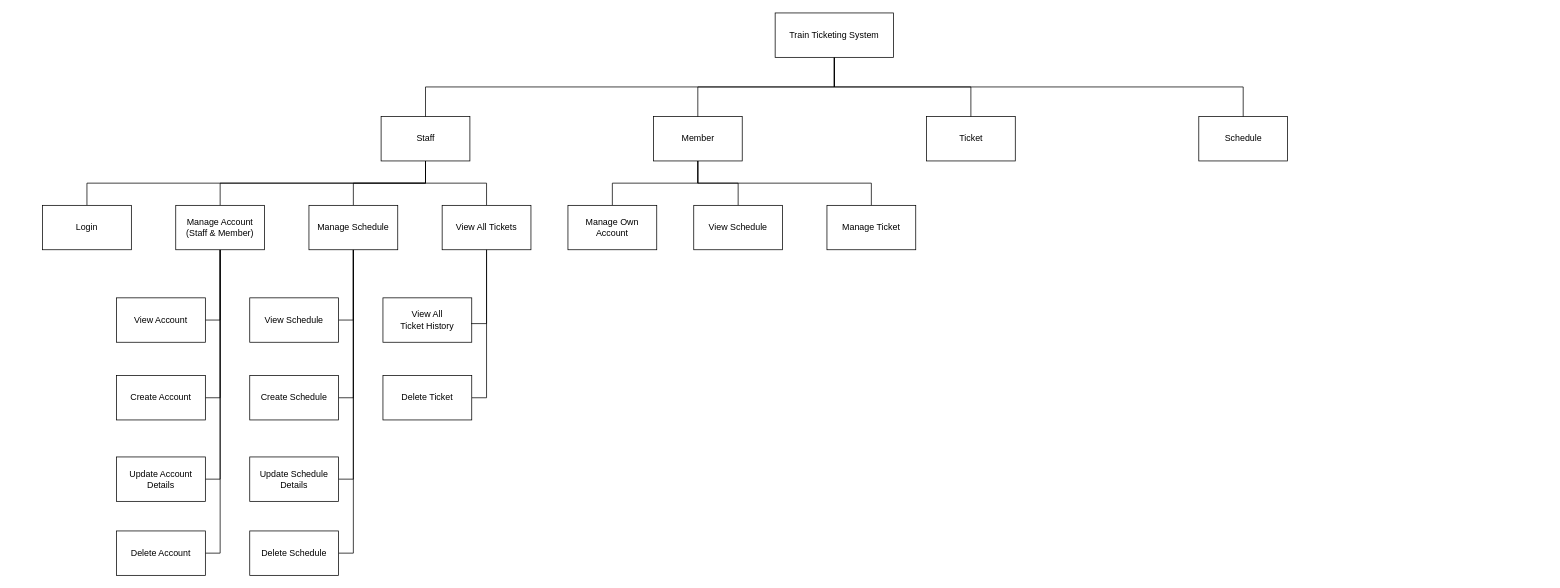
This is diagrams/structure_chart.drawio from Poleric/train-ticketing-system, a draw.io file, before an edit. Source tidied: cells renumbered, new cells numbered last; positions are measured from the earlier drawing's top-left corner, leaving out a move shared by most shapes. Both pictures are drawn from the tidied source at 74%, with x=0, y=0 at pixel (42, 13).
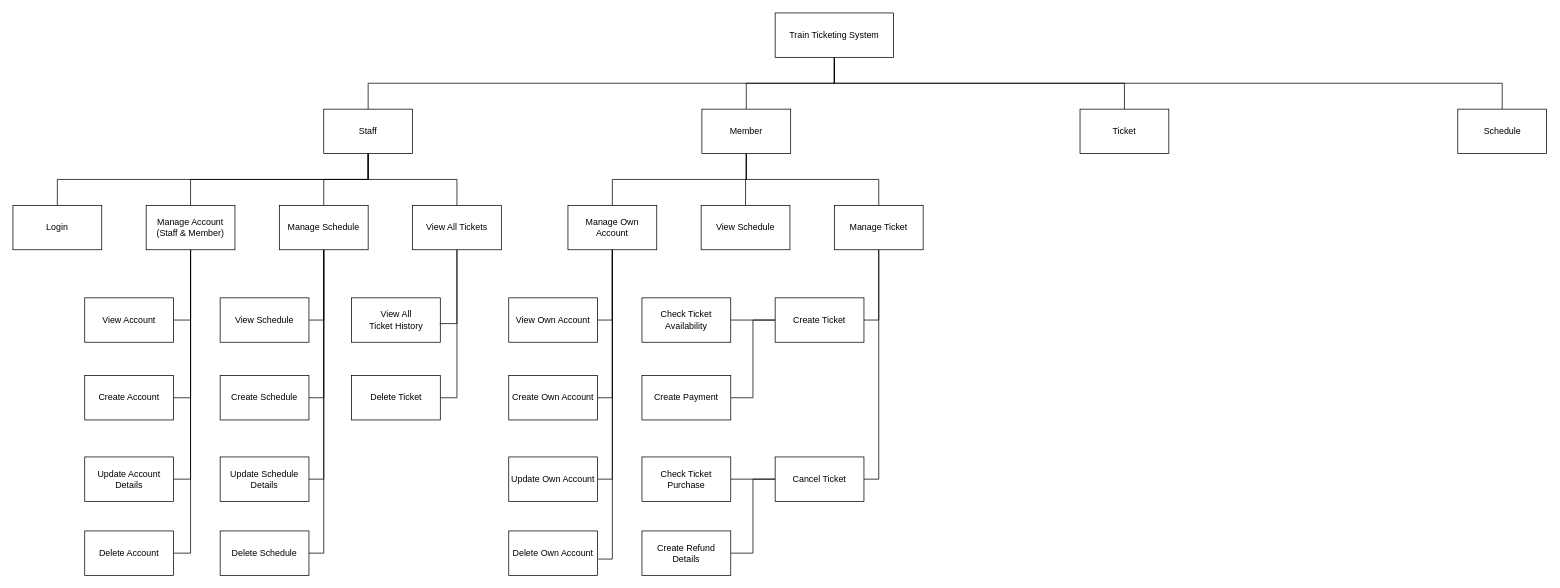
Above is the later version.

The change refers to these unchanged cells:
```xml
<mxCell id="42" value="Manage Own&lt;div&gt;Account&lt;/div&gt;" style="rounded=0;whiteSpace=wrap;html=1;" parent="1" vertex="1">
  <mxGeometry x="710" y="260" width="120" height="60" as="geometry" />
</mxCell>
```

Diff of the diagram source:
```diff
@@
     <mxCell id="6" value="Staff" style="rounded=0;whiteSpace=wrap;html=1;" parent="1" vertex="1">
-      <mxGeometry x="457.5" y="140" width="120" height="60" as="geometry" />
+      <mxGeometry x="380" y="130" width="120" height="60" as="geometry" />
     </mxCell>
@@
     <mxCell id="10" value="Member" style="rounded=0;whiteSpace=wrap;html=1;" parent="1" vertex="1">
-      <mxGeometry x="825.5" y="140" width="120" height="60" as="geometry" />
+      <mxGeometry x="891" y="130" width="120" height="60" as="geometry" />
     </mxCell>
     <mxCell id="11" value="Ticket" style="rounded=0;whiteSpace=wrap;html=1;" parent="1" vertex="1">
-      <mxGeometry x="1194.5" y="140" width="120" height="60" as="geometry" />
+      <mxGeometry x="1402" y="130" width="120" height="60" as="geometry" />
     </mxCell>
     <mxCell id="12" value="Schedule" style="rounded=0;whiteSpace=wrap;html=1;" parent="1" vertex="1">
-      <mxGeometry x="1562.5" y="140" width="120" height="60" as="geometry" />
+      <mxGeometry x="1912.5" y="130" width="120" height="60" as="geometry" />
     </mxCell>
@@
     <mxCell id="22" value="Manage Account&lt;br&gt;(Staff &amp;amp; Member)" style="rounded=0;whiteSpace=wrap;html=1;" parent="1" vertex="1">
-      <mxGeometry x="180" y="260" width="120" height="60" as="geometry" />
+      <mxGeometry x="140" y="260" width="120" height="60" as="geometry" />
     </mxCell>
@@
     <mxCell id="27" value="Manage Schedule" style="rounded=0;whiteSpace=wrap;html=1;" parent="1" vertex="1">
-      <mxGeometry x="360" y="260" width="120" height="60" as="geometry" />
+      <mxGeometry x="320" y="260" width="120" height="60" as="geometry" />
     </mxCell>
@@
     <mxCell id="29" value="View All Tickets" style="rounded=0;whiteSpace=wrap;html=1;" parent="1" vertex="1">
-      <mxGeometry x="540" y="260" width="120" height="60" as="geometry" />
+      <mxGeometry x="500" y="260" width="120" height="60" as="geometry" />
     </mxCell>
     <mxCell id="30" value="View Account" style="rounded=0;whiteSpace=wrap;html=1;" parent="1" vertex="1">
-      <mxGeometry x="100" y="385" width="120" height="60" as="geometry" />
+      <mxGeometry x="57" y="385" width="120" height="60" as="geometry" />
     </mxCell>
     <mxCell id="31" value="Create Account" style="rounded=0;whiteSpace=wrap;html=1;" parent="1" vertex="1">
-      <mxGeometry x="100" y="490" width="120" height="60" as="geometry" />
+      <mxGeometry x="57" y="490" width="120" height="60" as="geometry" />
     </mxCell>
     <mxCell id="32" value="Delete Account" style="rounded=0;whiteSpace=wrap;html=1;" parent="1" vertex="1">
-      <mxGeometry x="100" y="700" width="120" height="60" as="geometry" />
+      <mxGeometry x="57" y="700" width="120" height="60" as="geometry" />
     </mxCell>
     <mxCell id="33" value="Update Account Details" style="rounded=0;whiteSpace=wrap;html=1;" parent="1" vertex="1">
-      <mxGeometry x="100" y="600" width="120" height="60" as="geometry" />
+      <mxGeometry x="57" y="600" width="120" height="60" as="geometry" />
     </mxCell>
     <mxCell id="34" value="Login" style="rounded=0;whiteSpace=wrap;html=1;" parent="1" vertex="1">
-      <mxGeometry y="260" width="120" height="60" as="geometry" />
+      <mxGeometry x="-40" y="260" width="120" height="60" as="geometry" />
     </mxCell>
     <mxCell id="35" value="View Schedule" style="rounded=0;whiteSpace=wrap;html=1;" parent="1" vertex="1">
-      <mxGeometry x="280" y="385" width="120" height="60" as="geometry" />
+      <mxGeometry x="240" y="385" width="120" height="60" as="geometry" />
     </mxCell>
     <mxCell id="36" value="Create Schedule" style="rounded=0;whiteSpace=wrap;html=1;" parent="1" vertex="1">
-      <mxGeometry x="280" y="490" width="120" height="60" as="geometry" />
+      <mxGeometry x="240" y="490" width="120" height="60" as="geometry" />
     </mxCell>
     <mxCell id="37" value="Update Schedule Details" style="rounded=0;whiteSpace=wrap;html=1;" parent="1" vertex="1">
-      <mxGeometry x="280" y="600" width="120" height="60" as="geometry" />
+      <mxGeometry x="240" y="600" width="120" height="60" as="geometry" />
     </mxCell>
     <mxCell id="38" value="Delete Schedule" style="rounded=0;whiteSpace=wrap;html=1;" parent="1" vertex="1">
-      <mxGeometry x="280" y="700" width="120" height="60" as="geometry" />
+      <mxGeometry x="240" y="700" width="120" height="60" as="geometry" />
     </mxCell>
     <mxCell id="39" value="View All&lt;div&gt;Ticket History&lt;/div&gt;" style="rounded=0;whiteSpace=wrap;html=1;" parent="1" vertex="1">
-      <mxGeometry x="460" y="385" width="120" height="60" as="geometry" />
+      <mxGeometry x="417.5" y="385" width="120" height="60" as="geometry" />
     </mxCell>
     <mxCell id="40" value="Delete Ticket" style="rounded=0;whiteSpace=wrap;html=1;" parent="1" vertex="1">
-      <mxGeometry x="460" y="490" width="120" height="60" as="geometry" />
+      <mxGeometry x="417.5" y="490" width="120" height="60" as="geometry" />
     </mxCell>
@@
+    <mxCell id="45" style="edgeStyle=orthogonalEdgeStyle;rounded=0;jettySize=auto;html=1;exitX=0.5;exitY=1;exitDx=0;exitDy=0;entryX=1;entryY=0.5;entryDx=0;entryDy=0;endArrow=none;endFill=0;" parent="1" edge="1" source="42" target="50">
+      <mxGeometry relative="1" as="geometry" />
+    </mxCell>
+    <mxCell id="46" style="edgeStyle=orthogonalEdgeStyle;rounded=0;jettySize=auto;html=1;exitX=0.5;exitY=1;exitDx=0;exitDy=0;entryX=1;entryY=0.5;entryDx=0;entryDy=0;endArrow=none;endFill=0;" parent="1" edge="1" source="42" target="51">
+      <mxGeometry relative="1" as="geometry" />
+    </mxCell>
+    <mxCell id="47" style="edgeStyle=orthogonalEdgeStyle;rounded=0;jettySize=auto;html=1;exitX=0.5;exitY=1;exitDx=0;exitDy=0;entryX=1;entryY=0.5;entryDx=0;entryDy=0;endArrow=none;endFill=0;" parent="1" edge="1" source="42" target="52">
+      <mxGeometry relative="1" as="geometry" />
+    </mxCell>
@@
+    <mxCell id="48" style="edgeStyle=orthogonalEdgeStyle;rounded=0;jettySize=auto;html=1;exitX=0.5;exitY=1;exitDx=0;exitDy=0;entryX=1;entryY=0.5;entryDx=0;entryDy=0;endArrow=none;endFill=0;" parent="1" edge="1" source="43" target="57">
+      <mxGeometry relative="1" as="geometry" />
+    </mxCell>
+    <mxCell id="49" style="edgeStyle=orthogonalEdgeStyle;rounded=0;jettySize=auto;html=1;exitX=0.5;exitY=1;exitDx=0;exitDy=0;entryX=1;entryY=0.5;entryDx=0;entryDy=0;endArrow=none;endFill=0;" parent="1" edge="1" source="43" target="60">
+      <mxGeometry relative="1" as="geometry" />
+    </mxCell>
     <mxCell id="43" value="Manage Ticket" style="rounded=0;whiteSpace=wrap;html=1;" parent="1" vertex="1">
-      <mxGeometry x="1060" y="260" width="120" height="60" as="geometry" />
+      <mxGeometry x="1070" y="260" width="120" height="60" as="geometry" />
     </mxCell>
     <mxCell id="44" value="View Schedule" style="rounded=0;whiteSpace=wrap;html=1;" parent="1" vertex="1">
-      <mxGeometry x="880" y="260" width="120" height="60" as="geometry" />
+      <mxGeometry x="890" y="260" width="120" height="60" as="geometry" />
     </mxCell>
+    <mxCell id="50" value="View Own Account" style="rounded=0;whiteSpace=wrap;html=1;" parent="1" vertex="1">
+      <mxGeometry x="630" y="385" width="120" height="60" as="geometry" />
+    </mxCell>
+    <mxCell id="51" value="Create Own Account" style="rounded=0;whiteSpace=wrap;html=1;" parent="1" vertex="1">
+      <mxGeometry x="630" y="490" width="120" height="60" as="geometry" />
+    </mxCell>
+    <mxCell id="52" value="Update Own Account" style="rounded=0;whiteSpace=wrap;html=1;" parent="1" vertex="1">
+      <mxGeometry x="630" y="600" width="120" height="60" as="geometry" />
+    </mxCell>
+    <mxCell id="53" value="Delete Own Account" style="rounded=0;whiteSpace=wrap;html=1;" parent="1" vertex="1">
+      <mxGeometry x="630" y="700" width="120" height="60" as="geometry" />
+    </mxCell>
+    <mxCell id="54" style="edgeStyle=orthogonalEdgeStyle;rounded=0;jettySize=auto;html=1;exitX=0.5;exitY=1;exitDx=0;exitDy=0;entryX=1.008;entryY=0.633;entryDx=0;entryDy=0;entryPerimeter=0;endArrow=none;endFill=0;" parent="1" edge="1" source="42" target="53">
+      <mxGeometry relative="1" as="geometry" />
+    </mxCell>
+    <mxCell id="55" style="edgeStyle=orthogonalEdgeStyle;rounded=0;jettySize=auto;html=1;exitX=0;exitY=0.5;exitDx=0;exitDy=0;entryX=1;entryY=0.5;entryDx=0;entryDy=0;endArrow=none;endFill=0;" parent="1" edge="1" source="57" target="61">
+      <mxGeometry relative="1" as="geometry" />
+    </mxCell>
+    <mxCell id="56" style="edgeStyle=orthogonalEdgeStyle;rounded=0;jettySize=auto;html=1;exitX=0;exitY=0.5;exitDx=0;exitDy=0;entryX=1;entryY=0.5;entryDx=0;entryDy=0;endArrow=none;endFill=0;" parent="1" edge="1" source="57" target="62">
+      <mxGeometry relative="1" as="geometry" />
+    </mxCell>
+    <mxCell id="57" value="Create Ticket" style="rounded=0;whiteSpace=wrap;html=1;" parent="1" vertex="1">
+      <mxGeometry x="990" y="385" width="120" height="60" as="geometry" />
+    </mxCell>
+    <mxCell id="58" style="edgeStyle=orthogonalEdgeStyle;rounded=0;jettySize=auto;html=1;exitX=0;exitY=0.5;exitDx=0;exitDy=0;entryX=1;entryY=0.5;entryDx=0;entryDy=0;endArrow=none;endFill=0;" parent="1" edge="1" source="60" target="63">
+      <mxGeometry relative="1" as="geometry" />
+    </mxCell>
+    <mxCell id="59" style="edgeStyle=orthogonalEdgeStyle;rounded=0;jettySize=auto;html=1;exitX=0;exitY=0.5;exitDx=0;exitDy=0;entryX=1;entryY=0.5;entryDx=0;entryDy=0;endArrow=none;endFill=0;" parent="1" edge="1" source="60" target="64">
+      <mxGeometry relative="1" as="geometry" />
+    </mxCell>
+    <mxCell id="60" value="Cancel Ticket" style="rounded=0;whiteSpace=wrap;html=1;" parent="1" vertex="1">
+      <mxGeometry x="990" y="600" width="120" height="60" as="geometry" />
+    </mxCell>
+    <mxCell id="61" value="Check Ticket Availability" style="rounded=0;whiteSpace=wrap;html=1;" parent="1" vertex="1">
+      <mxGeometry x="810" y="385" width="120" height="60" as="geometry" />
+    </mxCell>
+    <mxCell id="62" value="Create Payment" style="rounded=0;whiteSpace=wrap;html=1;" parent="1" vertex="1">
+      <mxGeometry x="810" y="490" width="120" height="60" as="geometry" />
+    </mxCell>
+    <mxCell id="63" value="Check Ticket Purchase" style="rounded=0;whiteSpace=wrap;html=1;" parent="1" vertex="1">
+      <mxGeometry x="810" y="600" width="120" height="60" as="geometry" />
+    </mxCell>
+    <mxCell id="64" value="Create Refund Details" style="rounded=0;whiteSpace=wrap;html=1;" parent="1" vertex="1">
+      <mxGeometry x="810" y="700" width="120" height="60" as="geometry" />
+    </mxCell>
```
